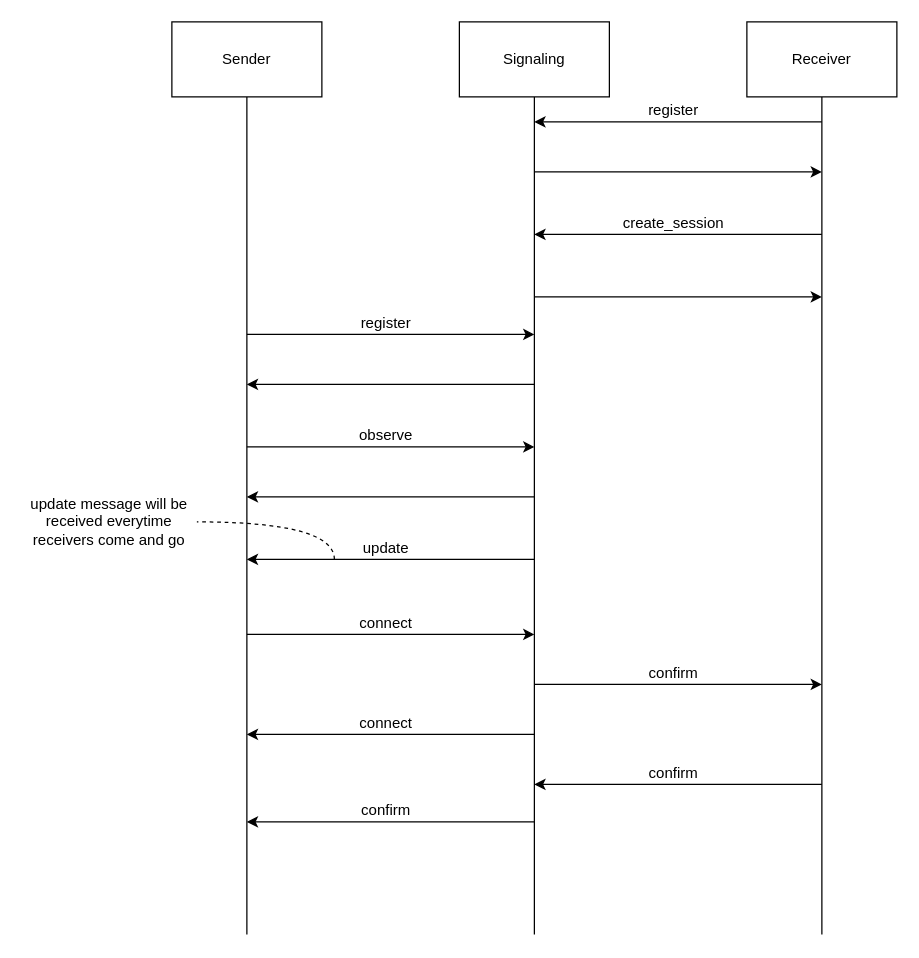
Before: designs/pre-webrtc-client.drawio in lherman-cs/mailman, a draw.io diagram. Source tidied: cells renumbered, new cells numbered last; positions are measured from the earlier drawing's top-left corner, leaving out a move shared by most shapes. Both pictures are drawn from the tidied source at 125%, with x=0, y=0 at pixel (21, 21).
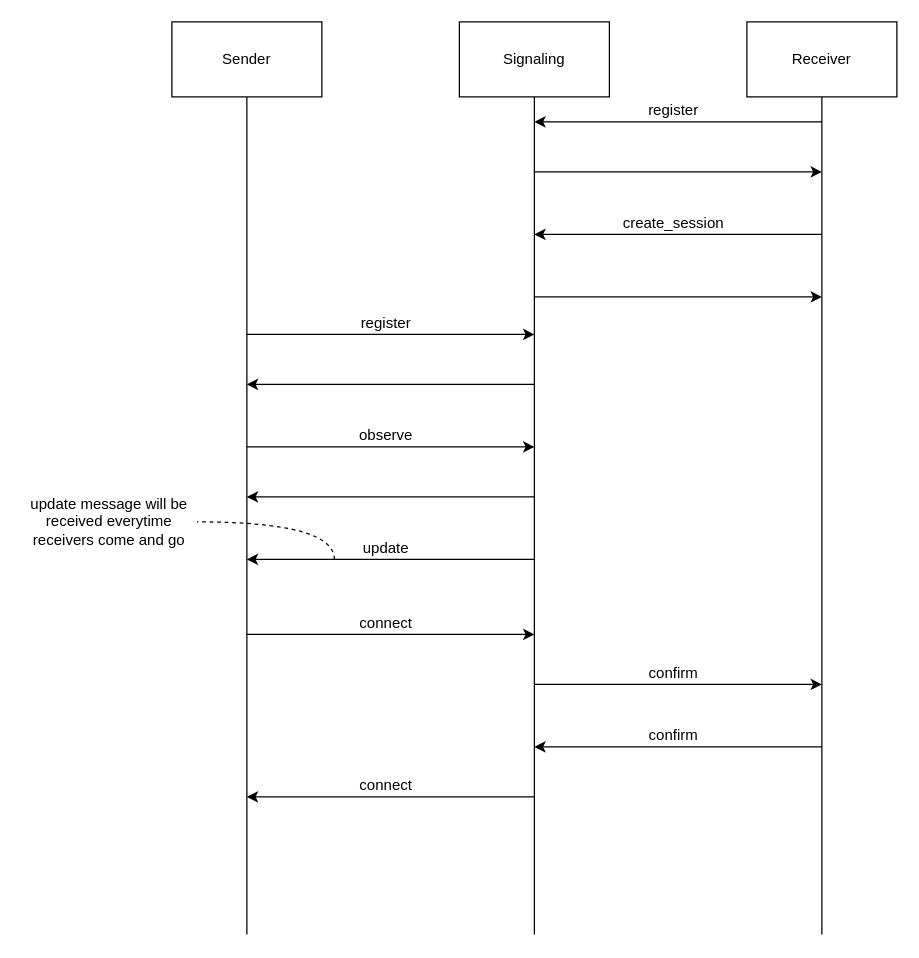
Above is the later version.

Change to the diagram source:
```diff
@@
-    <mxCell id="28" style="endArrow=classic;html=1;" parent="1" edge="1">
-      <mxGeometry relative="1" as="geometry">
-        <mxPoint x="410" y="570" as="sourcePoint" />
-        <mxPoint x="180" y="570" as="targetPoint" />
-      </mxGeometry>
-    </mxCell>
-    <mxCell id="29" value="connect" style="text;html=1;align=center;verticalAlign=middle;labelBackgroundColor=#ffffff;" parent="28" vertex="1">
-      <mxGeometry x="0.09" y="-1" relative="1" as="geometry">
-        <mxPoint x="5" y="-9" as="offset" />
-      </mxGeometry>
-    </mxCell>
     <mxCell id="30" style="endArrow=classic;html=1;" parent="1" edge="1">
       <mxGeometry relative="1" as="geometry">
-        <mxPoint x="410" y="640" as="sourcePoint" />
-        <mxPoint x="180" y="640" as="targetPoint" />
+        <mxPoint x="410" y="620" as="sourcePoint" />
+        <mxPoint x="180" y="620" as="targetPoint" />
       </mxGeometry>
     </mxCell>
-    <mxCell id="31" value="confirm" style="text;html=1;align=center;verticalAlign=middle;labelBackgroundColor=#ffffff;" parent="30" vertex="1">
+    <mxCell id="31" value="connect" style="text;html=1;align=center;verticalAlign=middle;labelBackgroundColor=#ffffff;" parent="30" vertex="1">
       <mxGeometry x="0.09" y="-1" relative="1" as="geometry">
         <mxPoint x="5" y="-9" as="offset" />
       </mxGeometry>
     </mxCell>
     <mxCell id="32" style="endArrow=classic;html=1;" parent="1" edge="1">
       <mxGeometry relative="1" as="geometry">
-        <mxPoint x="640" y="610" as="sourcePoint" />
-        <mxPoint x="410" y="610" as="targetPoint" />
+        <mxPoint x="640" y="580" as="sourcePoint" />
+        <mxPoint x="410" y="580" as="targetPoint" />
       </mxGeometry>
     </mxCell>
```
